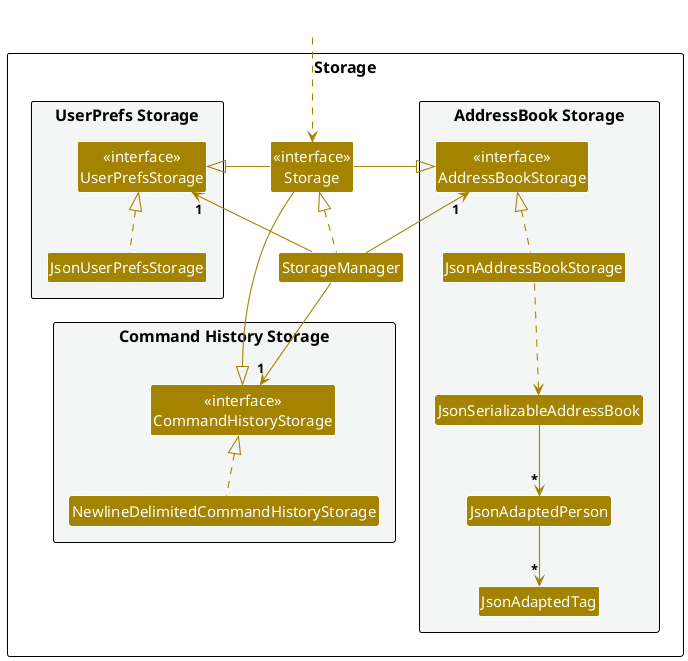
Before: docs/images/StorageClassDiagram.png, a diagram exported from PlantUML (AY2526S1-CS2103-F12-2/tp).
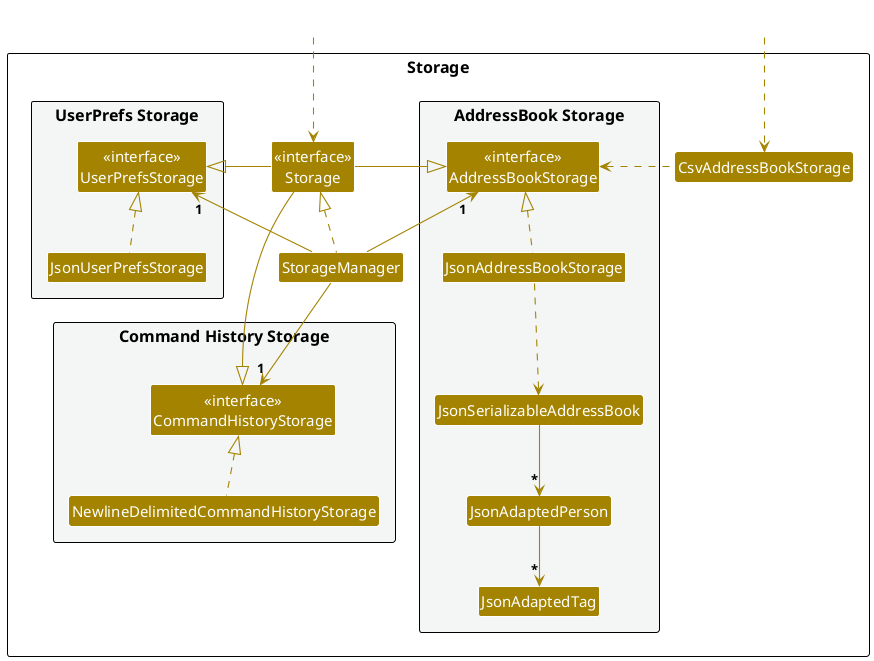
After the change.

Commit message:
Update storage diagram to include csv exporter

What changed in the source:
```diff
@@ -13,6 +13,7 @@
 
 Class "<<interface>>\nStorage" as Storage
 Class StorageManager
+Class "CsvAddressBookStorage" as CsvAddressBookStorage
 
 package "AddressBook Storage" #F4F6F6{
 Class "<<interface>>\nAddressBookStorage" as AddressBookStorage
@@ -32,6 +33,9 @@
 Class HiddenOutside #FFFFFF
 HiddenOutside ..> Storage
 
+Class HiddenOutsideOther #FFFFFF
+HiddenOutsideOther ..> CsvAddressBookStorage
+
 StorageManager .up.|> Storage
 StorageManager -up-> "1" UserPrefsStorage
 StorageManager -up-> "1" AddressBookStorage
@@ -48,6 +52,8 @@
 JsonSerializableAddressBook --> "*" JsonAdaptedPerson
 JsonAdaptedPerson --> "*" JsonAdaptedTag
 
+CsvAddressBookStorage ..left> AddressBookStorage
+
 NDCHS -.up|> CommandHistoryStorage
 
 @enduml
```
